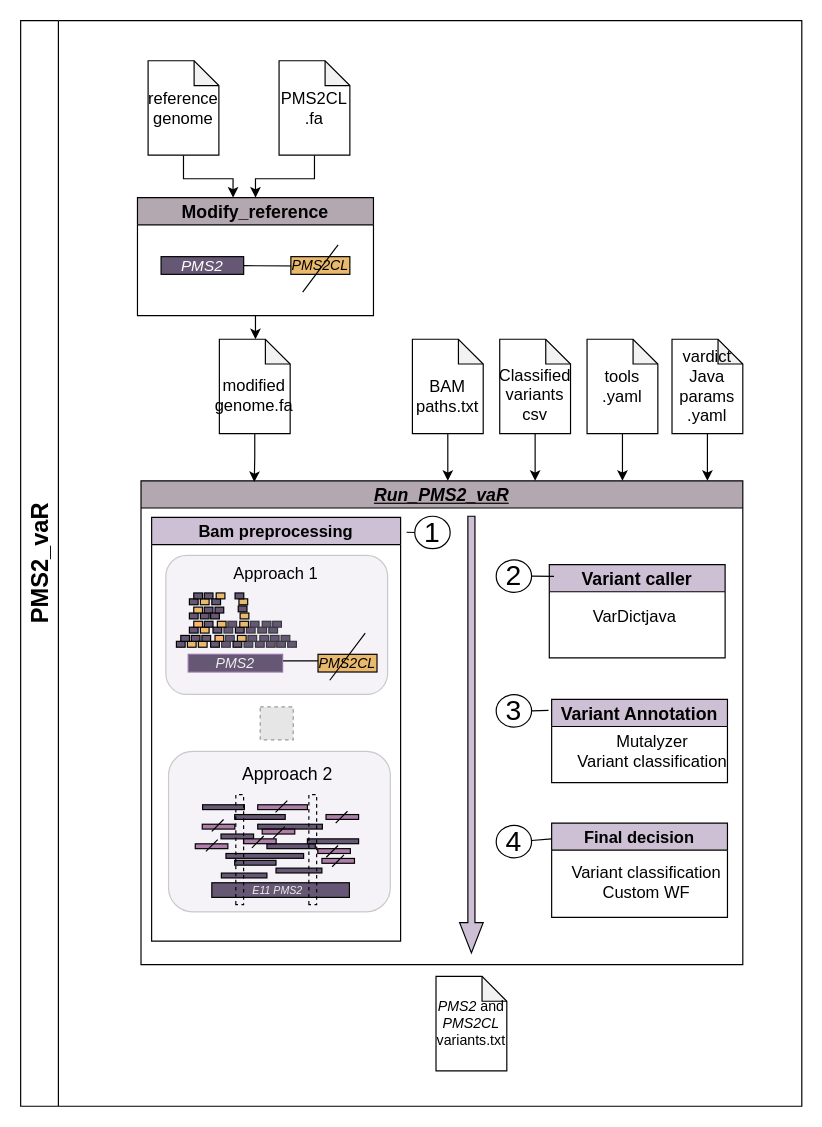
Earlier version of the draw.io diagram WF/Figure1.drawio (emunte/PMS2_vaR). Source tidied: cells renumbered, new cells numbered last; positions are measured from the earlier drawing's top-left corner, leaving out a move shared by most shapes. Both pictures are drawn from the tidied source at 118%, with x=0, y=0 at pixel (20, 20). Pictures stored in the file or linked from it are replaced by grey dashed boxes.
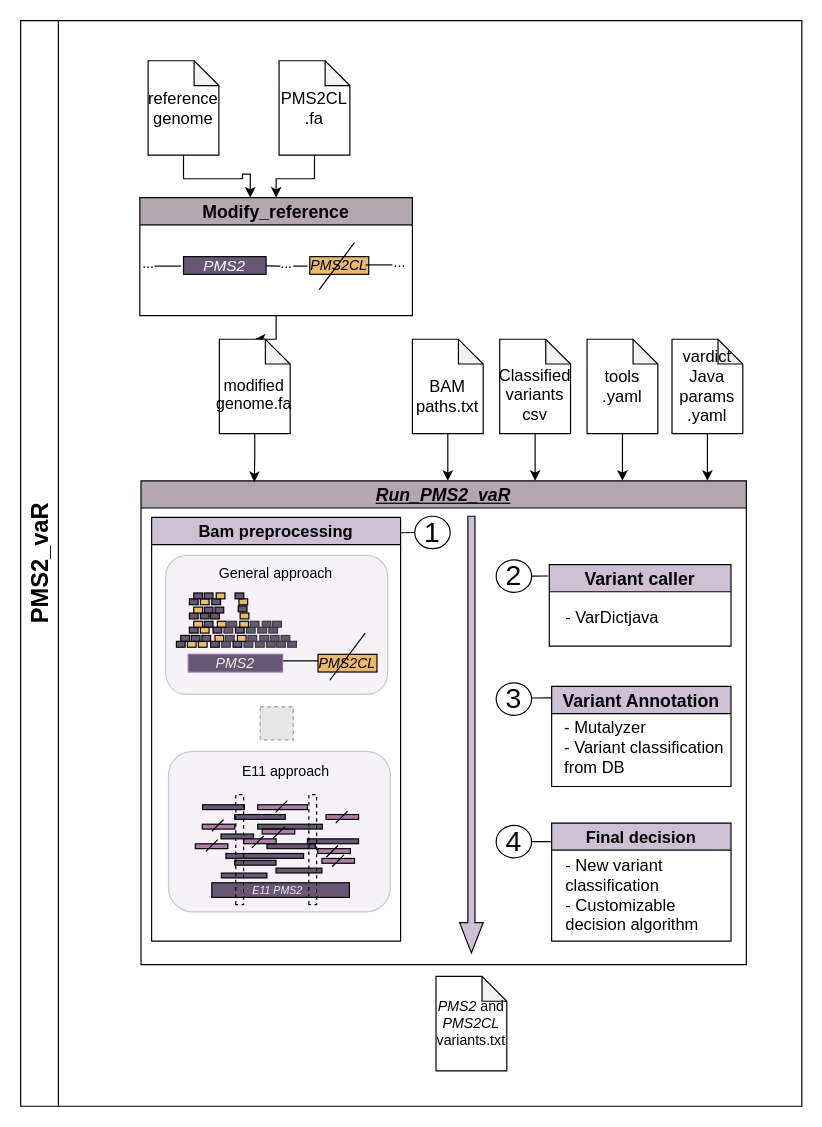
After the change.

Unchanged cells that the change refers to:
```xml
<mxCell id="3" value="&lt;font style=&quot;font-size: 14px;&quot;&gt;Bam preprocessing&lt;/font&gt;" style="swimlane;whiteSpace=wrap;html=1;startSize=23;fillColor=#CDC0D4;" parent="2" vertex="1">
  <mxGeometry x="9" y="31" width="211" height="359" as="geometry" />
</mxCell>
<mxCell id="4" style="group;" parent="3" vertex="1">
  <mxGeometry x="28" y="188.5" width="174.3" height="145.7" as="geometry" />
</mxCell>
<mxCell id="37" value="&lt;font style=&quot;font-size: 24px;&quot;&gt;1&lt;/font&gt;" style="ellipse;whiteSpace=wrap;html=1;" parent="2" vertex="1">
  <mxGeometry x="232" y="30" width="30" height="27.5" as="geometry" />
</mxCell>
<mxCell id="38" value="&lt;font style=&quot;font-size: 24px;&quot;&gt;2&lt;/font&gt;" style="ellipse;whiteSpace=wrap;html=1;" parent="2" vertex="1">
  <mxGeometry x="301" y="67" width="30" height="27.5" as="geometry" />
</mxCell>
<mxCell id="40" value="&lt;font style=&quot;font-size: 24px;&quot;&gt;4&lt;/font&gt;" style="ellipse;whiteSpace=wrap;html=1;" parent="2" vertex="1">
  <mxGeometry x="301" y="292" width="30" height="27.5" as="geometry" />
</mxCell>
<mxCell id="128" value="&lt;font style=&quot;font-size: 20px;&quot;&gt;PMS2_vaR&lt;/font&gt;" style="swimlane;horizontal=0;whiteSpace=wrap;html=1;startSize=32;" parent="1" vertex="1">
  <mxGeometry width="662" height="920" as="geometry" />
</mxCell>
```

Change to the diagram source:
```diff
@@
     <mxCell id="2" value="&lt;font style=&quot;font-size: 15px;&quot;&gt;&lt;span class=&quot;TrackedChange SCXW120247527 BCX2&quot;&gt;&lt;/span&gt;&lt;span class=&quot;TrackedChange SCXW120247527 BCX2&quot;&gt;&lt;span class=&quot;TextRun Underlined SCXW120247527 BCX2&quot; lang=&quot;EN-US&quot; style=&quot;font-style: italic; text-decoration: underline; line-height: 32px; font-family: Arial, &amp;quot;Arial_EmbeddedFont&amp;quot;, &amp;quot;Arial_MSFontService&amp;quot;, sans-serif;&quot;&gt;&lt;span class=&quot;NormalTextRun TrackChangeDeleteHighlight SCXW120247527 BCX2&quot;&gt;Run_PMS2&lt;/span&gt;&lt;/span&gt;&lt;/span&gt;&lt;span class=&quot;TrackedChange SCXW120247527 BCX2&quot;&gt;&lt;span class=&quot;TextRun Underlined SCXW120247527 BCX2&quot; lang=&quot;EN-US&quot; style=&quot;font-style: italic; text-decoration: underline; line-height: 32px; font-family: Arial, &amp;quot;Arial_EmbeddedFont&amp;quot;, &amp;quot;Arial_MSFontService&amp;quot;, sans-serif;&quot;&gt;&lt;span class=&quot;NormalTextRun TrackChangeDeleteHighlight SCXW120247527 BCX2&quot;&gt;_vaR&lt;/span&gt;&lt;/span&gt;&lt;/span&gt;&lt;/font&gt;" style="swimlane;whiteSpace=wrap;html=1;startSize=23;fillColor=#b4a8b0;" parent="1" vertex="1">
-      <mxGeometry x="102" y="390" width="510" height="410" as="geometry" />
+      <mxGeometry x="102" y="390" width="513" height="410" as="geometry" />
     </mxCell>
@@
-    <mxCell id="27" value="&lt;font style=&quot;font-size: 15px;&quot;&gt;Approach 2&lt;/font&gt;" style="text;whiteSpace=wrap;html=1;" parent="4" vertex="1">
+    <mxCell id="27" value="E11 approach" style="text;whiteSpace=wrap;html=1;" parent="4" vertex="1">
       <mxGeometry x="46.6" y="13" width="90" height="40" as="geometry" />
     </mxCell>
@@
-    <mxCell id="29" value="&lt;font style=&quot;font-size: 14px;&quot;&gt;Approach 1&lt;/font&gt;" style="text;html=1;align=center;verticalAlign=middle;strokeColor=none;fillColor=none;" parent="3" vertex="1">
-      <mxGeometry x="55" y="33" width="100" height="30" as="geometry" />
+    <mxCell id="29" value="General approach" style="text;html=1;align=center;verticalAlign=middle;strokeColor=none;fillColor=none;" parent="3" vertex="1">
+      <mxGeometry x="45" y="33" width="120" height="30" as="geometry" />
     </mxCell>
@@
     <mxCell id="31" value="&lt;font style=&quot;font-size: 15px;&quot;&gt;Variant caller&lt;/font&gt;" style="swimlane;whiteSpace=wrap;html=1;startSize=23;fillColor=#cdc0d4;" parent="2" vertex="1">
-      <mxGeometry x="346" y="71" width="149" height="79" as="geometry" />
+      <mxGeometry x="346" y="71" width="154" height="69" as="geometry" />
     </mxCell>
-    <mxCell id="32" value="&lt;font style=&quot;font-size: 14px;&quot;&gt;VarDictjava&lt;/font&gt;" style="text;html=1;align=center;verticalAlign=middle;strokeColor=none;fillColor=none;" parent="31" vertex="1">
-      <mxGeometry x="27" y="29" width="90" height="30" as="geometry" />
-    </mxCell>
     <mxCell id="33" value="&lt;font style=&quot;font-size: 15px;&quot;&gt;Variant Annotation&lt;/font&gt;" style="swimlane;whiteSpace=wrap;html=1;startSize=23;fillColor=#cdc0d4;" parent="2" vertex="1">
-      <mxGeometry x="348" y="185.2" width="149" height="70.5" as="geometry" />
+      <mxGeometry x="348" y="174.2" width="152" height="84.8" as="geometry" />
     </mxCell>
-    <mxCell id="34" value="&lt;div style=&quot;font-size: 14px;&quot;&gt;&lt;font style=&quot;font-size: 14px;&quot;&gt;Mutalyzer&lt;/font&gt;&lt;/div&gt;&lt;div style=&quot;font-size: 14px;&quot;&gt;&lt;font style=&quot;font-size: 14px;&quot;&gt;Variant classification&lt;/font&gt;&lt;br&gt;&lt;/div&gt;" style="text;html=1;align=center;verticalAlign=middle;strokeColor=none;fillColor=none;" parent="33" vertex="1">
-      <mxGeometry x="10" y="18.5" width="150" height="50" as="geometry" />
-    </mxCell>
     <mxCell id="35" value="&lt;font style=&quot;font-size: 14px;&quot;&gt;Final decision&lt;/font&gt;" style="swimlane;whiteSpace=wrap;html=1;startSize=23;fillColor=#cdc0d4;" parent="2" vertex="1">
-      <mxGeometry x="348" y="290" width="149" height="80" as="geometry" />
+      <mxGeometry x="348" y="290" width="152" height="100" as="geometry" />
     </mxCell>
-    <mxCell id="36" value="&lt;div style=&quot;font-size: 14px;&quot;&gt;&lt;font style=&quot;font-size: 14px;&quot;&gt;Variant classification&lt;/font&gt;&lt;/div&gt;&lt;div style=&quot;font-size: 14px;&quot;&gt;&lt;font style=&quot;font-size: 14px;&quot;&gt;Custom WF&lt;/font&gt;&lt;br&gt;&lt;/div&gt;" style="text;html=1;align=center;verticalAlign=middle;strokeColor=none;fillColor=none;" parent="35" vertex="1">
-      <mxGeometry x="5" y="24.5" width="150" height="50" as="geometry" />
-    </mxCell>
@@
     <mxCell id="39" value="&lt;font style=&quot;font-size: 24px;&quot;&gt;3&lt;/font&gt;" style="ellipse;whiteSpace=wrap;html=1;" parent="2" vertex="1">
-      <mxGeometry x="301" y="181.2" width="30" height="27.5" as="geometry" />
+      <mxGeometry x="301" y="171.2" width="30" height="27.5" as="geometry" />
     </mxCell>
@@
-    <mxCell id="42" style="endArrow=none;html=1;rounded=0;exitX=1.024;exitY=0.035;exitDx=0;exitDy=0;exitPerimeter=0;entryX=0;entryY=0.5;entryDx=0;entryDy=0;" parent="2" edge="1" source="3" target="37">
-      <mxGeometry relative="1" as="geometry" />
+    <mxCell id="42" style="endArrow=none;html=1;rounded=0;entryX=0;entryY=0.5;entryDx=0;entryDy=0;" parent="2" edge="1" target="37">
+      <mxGeometry relative="1" as="geometry">
+        <mxPoint x="220" y="44" as="sourcePoint" />
+      </mxGeometry>
     </mxCell>
-    <mxCell id="43" style="endArrow=none;html=1;rounded=0;exitX=1;exitY=0.5;exitDx=0;exitDy=0;" parent="2" edge="1" source="38">
-      <mxGeometry relative="1" as="geometry">
-        <mxPoint x="350" y="81" as="targetPoint" />
-      </mxGeometry>
+    <mxCell id="43" style="endArrow=none;html=1;rounded=0;exitX=1;exitY=0.5;exitDx=0;exitDy=0;entryX=-0.006;entryY=0.14;entryDx=0;entryDy=0;entryPerimeter=0;" parent="2" edge="1" source="38" target="31">
+      <mxGeometry relative="1" as="geometry" />
     </mxCell>
-    <mxCell id="44" style="endArrow=none;html=1;rounded=0;entryX=0;entryY=0.168;entryDx=0;entryDy=0;entryPerimeter=0;" parent="2" edge="1" source="40" target="35">
+    <mxCell id="44" style="endArrow=none;html=1;rounded=0;entryX=-0.002;entryY=0.157;entryDx=0;entryDy=0;entryPerimeter=0;" parent="2" edge="1" source="40" target="35">
       <mxGeometry relative="1" as="geometry" />
     </mxCell>
-    <mxCell id="45" style="endArrow=none;html=1;rounded=0;exitX=-0.018;exitY=0.132;exitDx=0;exitDy=0;exitPerimeter=0;entryX=1;entryY=0.5;entryDx=0;entryDy=0;" parent="2" edge="1" source="33" target="39">
-      <mxGeometry relative="1" as="geometry" />
+    <mxCell id="45" style="endArrow=none;html=1;rounded=0;entryX=1;entryY=0.5;entryDx=0;entryDy=0;exitX=0.002;exitY=0.115;exitDx=0;exitDy=0;exitPerimeter=0;" parent="2" edge="1" source="33">
+      <mxGeometry relative="1" as="geometry">
+        <mxPoint x="331" y="184" as="targetPoint" />
+      </mxGeometry>
     </mxCell>
@@
     <mxCell id="55" value="&lt;font style=&quot;font-size: 15px;&quot;&gt;Modify_reference&lt;/font&gt;" style="swimlane;whiteSpace=wrap;html=1;startSize=23;fillColor=#b4a8b0;" parent="1" vertex="1">
-      <mxGeometry x="99" y="150" width="200" height="100" as="geometry" />
+      <mxGeometry x="101" y="150" width="231" height="100" as="geometry" />
     </mxCell>
     <mxCell id="56" style="endArrow=none;html=1;rounded=0;startArrow=none;" parent="55" edge="1" source="57">
       <mxGeometry relative="1" as="geometry">
-        <mxPoint x="160" y="58" as="targetPoint" />
+        <mxPoint x="119" y="58" as="targetPoint" />
       </mxGeometry>
     </mxCell>
     <mxCell id="57" value="&lt;font style=&quot;font-size: 13px;&quot; color=&quot;#ffffff&quot;&gt;&lt;i&gt;PMS2&lt;/i&gt;&lt;/font&gt;" style="rounded=0;whiteSpace=wrap;html=1;fillColor=#665874;" parent="55" vertex="1">
-      <mxGeometry x="20" y="50" width="70" height="15" as="geometry" />
+      <mxGeometry x="37" y="50" width="70" height="15" as="geometry" />
     </mxCell>
     <mxCell id="58" value="&lt;i&gt;PMS2CL&lt;/i&gt;" style="rounded=0;whiteSpace=wrap;html=1;fillColor=#e9b96e;" parent="55" vertex="1">
-      <mxGeometry x="130" y="50" width="50" height="15" as="geometry" />
+      <mxGeometry x="144" y="50" width="50" height="15" as="geometry" />
     </mxCell>
     <mxCell id="59" style="endArrow=none;html=1;rounded=0;" parent="55" edge="1">
       <mxGeometry relative="1" as="geometry">
-        <mxPoint x="140" y="80" as="sourcePoint" />
-        <mxPoint x="170" y="40" as="targetPoint" />
+        <mxPoint x="152" y="78" as="sourcePoint" />
+        <mxPoint x="182" y="38" as="targetPoint" />
       </mxGeometry>
     </mxCell>
@@
-    <mxCell id="69" value="&lt;div&gt;&lt;br&gt;&lt;/div&gt;&lt;div style=&quot;font-size: 14px;&quot;&gt;modified genome.fa&lt;br&gt;&lt;/div&gt;" style="shape=note;whiteSpace=wrap;html=1;backgroundOutline=1;darkOpacity=0.05;size=21;" parent="1" vertex="1">
+    <mxCell id="69" value="&lt;div&gt;&lt;br&gt;&lt;/div&gt;&lt;div style=&quot;font-size: 13.5px;&quot;&gt;modified genome.fa&lt;br&gt;&lt;/div&gt;" style="shape=note;whiteSpace=wrap;html=1;backgroundOutline=1;darkOpacity=0.05;size=21;" parent="1" vertex="1">
       <mxGeometry x="168.4" y="270" width="60" height="80" as="geometry" />
     </mxCell>
@@
+    <mxCell id="137" style="endArrow=none;html=1;rounded=0;startArrow=none;" parent="128" edge="1">
+      <mxGeometry relative="1" as="geometry">
+        <mxPoint x="292.4" y="207" as="sourcePoint" />
+        <mxPoint x="315" y="207" as="targetPoint" />
+      </mxGeometry>
+    </mxCell>
+    <mxCell id="138" value="..." style="text;html=1;align=center;verticalAlign=middle;strokeColor=none;fillColor=none;" parent="128" vertex="1">
+      <mxGeometry x="306" y="190" width="30" height="30" as="geometry" />
+    </mxCell>
+    <mxCell id="32" value="&lt;div align=&quot;left&quot;&gt;&lt;font style=&quot;font-size: 14px;&quot;&gt;- VarDictjava&lt;/font&gt;&lt;/div&gt;" style="text;html=1;align=left;verticalAlign=middle;strokeColor=none;fillColor=none;" parent="128" vertex="1">
+      <mxGeometry x="460" y="491" width="100" height="30" as="geometry" />
+    </mxCell>
+    <mxCell id="34" value="&lt;div align=&quot;left&quot; style=&quot;font-size: 14px;&quot;&gt;&lt;font style=&quot;font-size: 14px;&quot;&gt;- Mutalyzer&lt;/font&gt;&lt;/div&gt;&lt;div align=&quot;left&quot; style=&quot;font-size: 14px;&quot;&gt;&lt;font style=&quot;font-size: 14px;&quot;&gt;- Variant classification&amp;nbsp;&lt;/font&gt;&lt;/div&gt;&lt;div align=&quot;left&quot; style=&quot;font-size: 14px;&quot;&gt;&lt;font style=&quot;font-size: 14px;&quot;&gt;from DB&lt;/font&gt;&lt;br&gt;&lt;/div&gt;" style="text;html=1;align=center;verticalAlign=middle;strokeColor=none;fillColor=none;" parent="128" vertex="1">
+      <mxGeometry x="450" y="585.8" width="160" height="60" as="geometry" />
+    </mxCell>
+    <mxCell id="36" value="&lt;div align=&quot;left&quot; style=&quot;font-size: 14px;&quot;&gt;&lt;font style=&quot;font-size: 14px;&quot;&gt;- New variant&amp;nbsp;&lt;/font&gt;&lt;/div&gt;&lt;div align=&quot;left&quot; style=&quot;font-size: 14px;&quot;&gt;&lt;font style=&quot;font-size: 14px;&quot;&gt;classification&lt;/font&gt;&lt;/div&gt;&lt;div align=&quot;left&quot; style=&quot;font-size: 14px;&quot;&gt;&lt;font style=&quot;font-size: 14px;&quot;&gt;- Customizable&amp;nbsp;&lt;/font&gt;&lt;/div&gt;&lt;div align=&quot;left&quot; style=&quot;font-size: 14px;&quot;&gt;&lt;font style=&quot;font-size: 14px;&quot;&gt;decision algorithm&lt;/font&gt;&lt;br&gt;&lt;/div&gt;" style="text;html=1;align=left;verticalAlign=middle;strokeColor=none;fillColor=none;" parent="128" vertex="1">
+      <mxGeometry x="460" y="700.8" width="140" height="80" as="geometry" />
+    </mxCell>
@@
+    <mxCell id="139" style="endArrow=none;html=1;rounded=0;startArrow=none;" parent="1" edge="1">
+      <mxGeometry relative="1" as="geometry">
+        <mxPoint x="113.4" y="208" as="sourcePoint" />
+        <mxPoint x="136" y="208" as="targetPoint" />
+      </mxGeometry>
+    </mxCell>
+    <mxCell id="140" value="..." style="text;html=1;align=center;verticalAlign=middle;strokeColor=none;fillColor=none;" parent="1" vertex="1">
+      <mxGeometry x="93" y="191" width="30" height="30" as="geometry" />
+    </mxCell>
+    <mxCell id="141" style="endArrow=none;html=1;rounded=0;startArrow=none;" parent="1" edge="1">
+      <mxGeometry relative="1" as="geometry">
+        <mxPoint x="231" y="208" as="sourcePoint" />
+        <mxPoint x="243" y="208" as="targetPoint" />
+      </mxGeometry>
+    </mxCell>
+    <mxCell id="142" value="..." style="text;html=1;align=center;verticalAlign=middle;strokeColor=none;fillColor=none;" parent="1" vertex="1">
+      <mxGeometry x="210" y="191" width="30" height="30" as="geometry" />
+    </mxCell>
```
